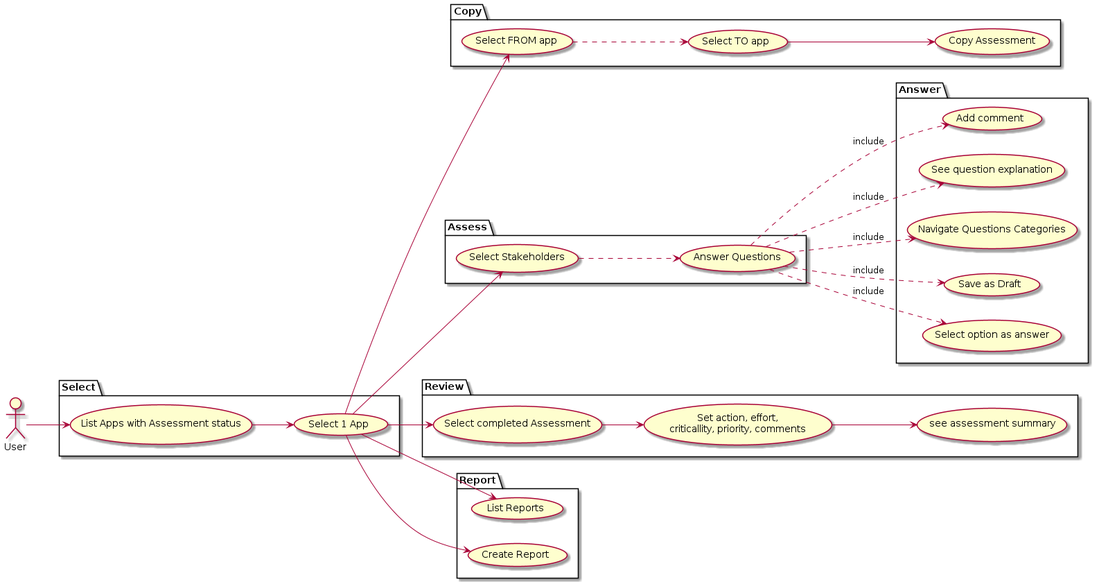
Above: doc/diagrams/out/Use Cases.png in konveyor/tackle-pathfinder (PlantUML), before the change.
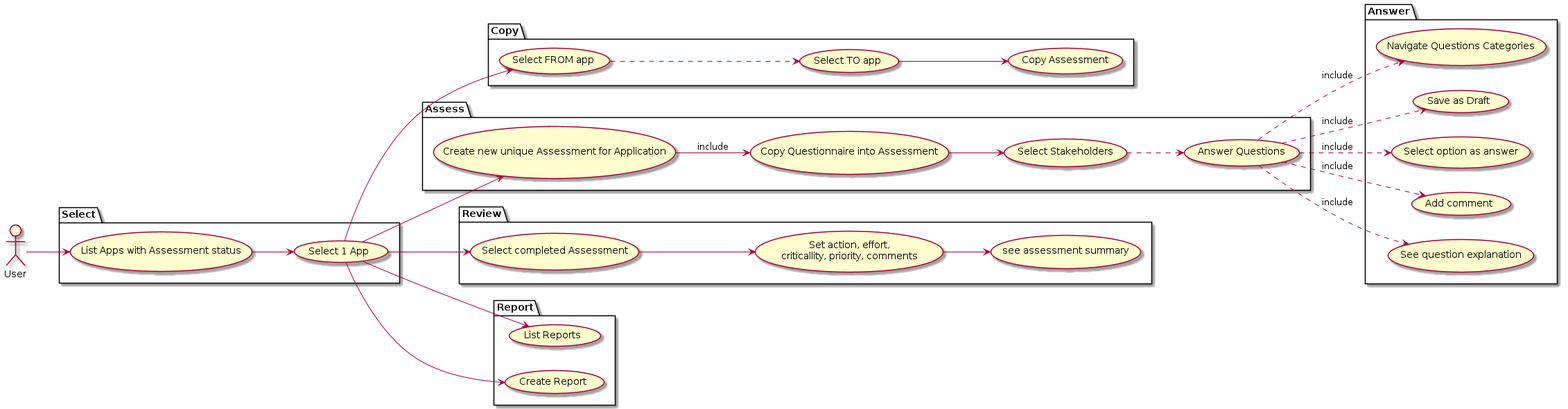
After the change.

The edit, as a diff of the source:
```diff
@@ -11,6 +11,8 @@
     usecase "Copy Assessment" as copyfromto
 }
 package Assess {
+    usecase "Create new unique Assessment for Application" as newassessment
+    usecase "Copy Questionnaire into Assessment" as copyquestionnaire
     usecase "Select Stakeholders" as selectstake
     usecase "Answer Questions" as answer
 }
@@ -41,7 +43,9 @@
 selectto --> copyfromto
 selectfrom ..> selectto
 
-selectapp --> selectstake
+selectapp --> newassessment
+newassessment --> copyquestionnaire : include
+copyquestionnaire --> selectstake
 selectstake ..> answer
 answer ..> navigate : include
 answer ..> save : include
```
